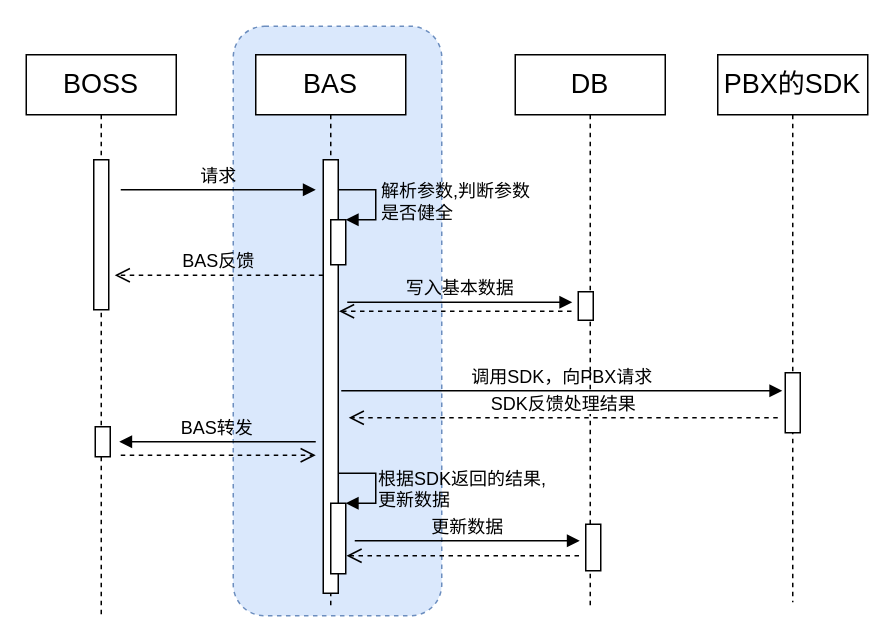
Earlier version of the draw.io diagram page "interaction-simpify" (2 of 2) of BAS/sequence-PBX-interaction.drawio (waterwatermelon/graph). Source tidied: cells renumbered, new cells numbered last; positions are measured from the earlier drawing's top-left corner, leaving out a move shared by most shapes. Both pictures are drawn from the tidied source at 150%, with x=0, y=0 at pixel (26, 26).
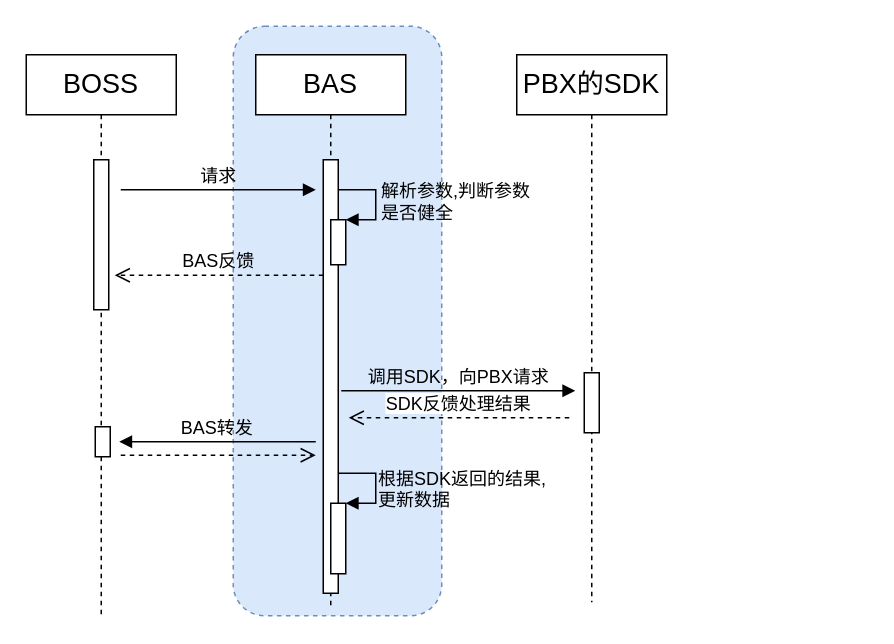
The same diagram, later.

Diff of the diagram source:
```diff
@@
-    <mxCell id="7" value="DB" style="shape=umlLifeline;perimeter=lifelinePerimeter;whiteSpace=wrap;html=1;fontSize=18;" parent="1" vertex="1">
-      <mxGeometry x="326" y="19" width="100" height="370" as="geometry" />
-    </mxCell>
-    <mxCell id="8" style="html=1;perimeter=orthogonalPerimeter;fontSize=12;" parent="7" vertex="1">
-      <mxGeometry x="47" y="313" width="10" height="31" as="geometry" />
-    </mxCell>
     <mxCell id="9" value="PBX的SDK" style="shape=umlLifeline;perimeter=lifelinePerimeter;whiteSpace=wrap;html=1;fontSize=18;" parent="1" vertex="1">
-      <mxGeometry x="461" y="19" width="100" height="365" as="geometry" />
+      <mxGeometry x="327" y="19" width="100" height="365" as="geometry" />
     </mxCell>
@@
     <mxCell id="15" value="SDK反馈处理结果" style="html=1;verticalAlign=bottom;endArrow=open;dashed=1;endSize=8;fontSize=12;" parent="1" edge="1">
       <mxGeometry relative="1" as="geometry">
-        <mxPoint x="501" y="261" as="sourcePoint" />
+        <mxPoint x="362" y="261" as="sourcePoint" />
         <mxPoint x="215" y="261" as="targetPoint" />
       </mxGeometry>
     </mxCell>
     <mxCell id="16" value="调用SDK，向PBX请求" style="html=1;verticalAlign=bottom;endArrow=block;fontSize=12;labelBackgroundColor=none;" parent="1" edge="1">
       <mxGeometry relative="1" as="geometry">
         <mxPoint x="210" y="243" as="sourcePoint" />
-        <mxPoint x="504" y="243" as="targetPoint" />
+        <mxPoint x="366" y="243" as="targetPoint" />
       </mxGeometry>
     </mxCell>
@@
-    <mxCell id="22" value="更新数据" style="html=1;verticalAlign=bottom;endArrow=block;fontSize=12;labelBackgroundColor=none;" parent="1" edge="1">
-      <mxGeometry relative="1" as="geometry">
-        <mxPoint x="219" y="343" as="sourcePoint" />
-        <mxPoint x="369" y="343" as="targetPoint" />
-      </mxGeometry>
-    </mxCell>
-    <mxCell id="23" style="html=1;verticalAlign=bottom;endArrow=open;dashed=1;endSize=8;fontSize=12;" parent="1" edge="1">
-      <mxGeometry relative="1" as="geometry">
-        <mxPoint x="368.5" y="353" as="sourcePoint" />
-        <mxPoint x="213.5" y="353" as="targetPoint" />
-      </mxGeometry>
-    </mxCell>
@@
-    <mxCell id="25" style="html=1;perimeter=orthogonalPerimeter;fontSize=12;" parent="1" vertex="1">
-      <mxGeometry x="368" y="177" width="10" height="19" as="geometry" />
-    </mxCell>
-    <mxCell id="26" value="写入基本数据" style="html=1;verticalAlign=bottom;endArrow=block;fontSize=12;labelBackgroundColor=none;" parent="1" edge="1">
-      <mxGeometry relative="1" as="geometry">
-        <mxPoint x="214" y="184" as="sourcePoint" />
-        <mxPoint x="364" y="184" as="targetPoint" />
-      </mxGeometry>
-    </mxCell>
-    <mxCell id="27" style="html=1;verticalAlign=bottom;endArrow=open;dashed=1;endSize=8;fontSize=12;" parent="1" edge="1">
-      <mxGeometry relative="1" as="geometry">
-        <mxPoint x="363.5" y="190" as="sourcePoint" />
-        <mxPoint x="208.5" y="190" as="targetPoint" />
-      </mxGeometry>
-    </mxCell>
```
